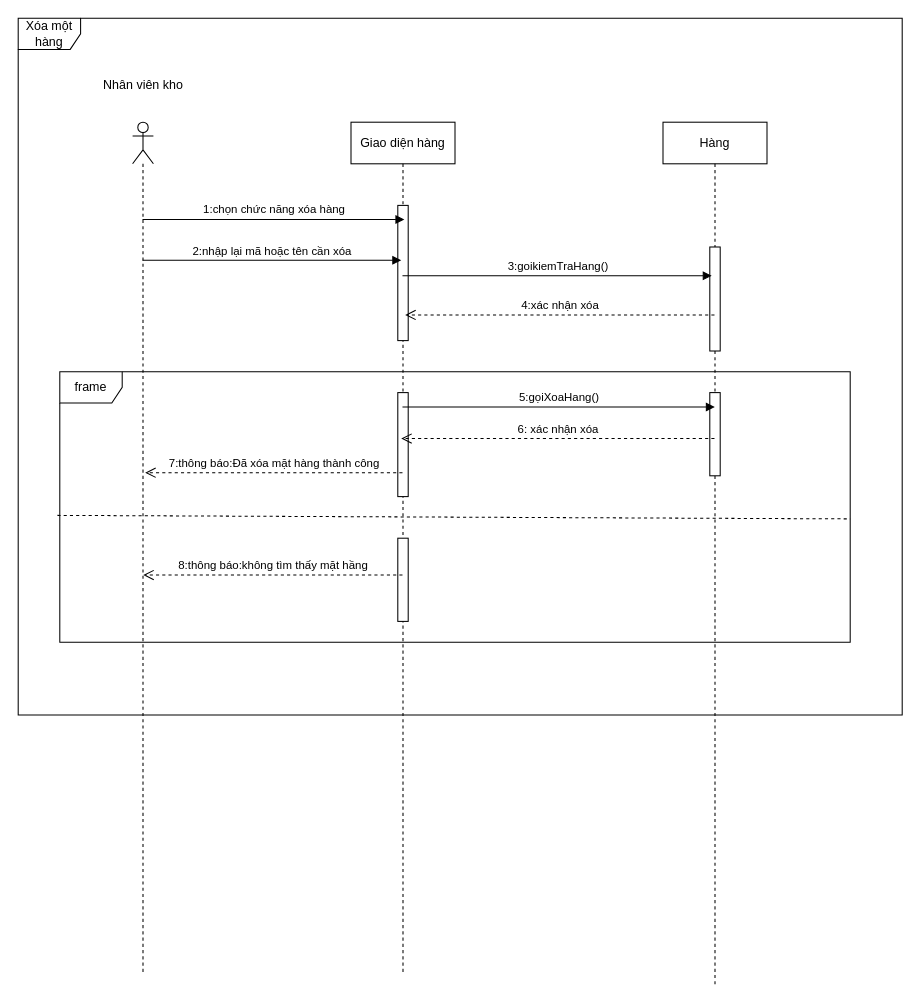
Before: Untitled Diagram.drawio in RomJoke/K, a draw.io diagram. Source tidied: cells renumbered, new cells numbered last; positions are measured from the earlier drawing's top-left corner, leaving out a move shared by most shapes. Both pictures are drawn from the tidied source at 104%, with x=0, y=0 at pixel (18, 18).
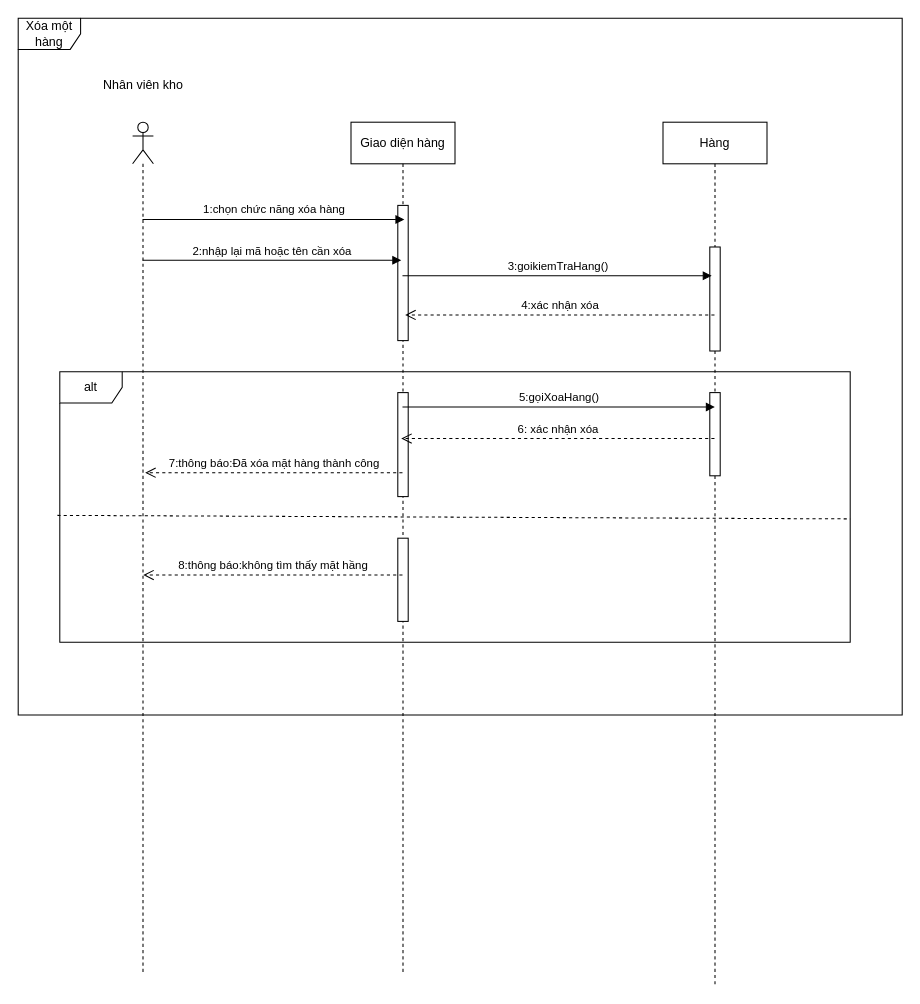
The same diagram, later.

Change to the diagram source:
```diff
@@
-    <mxCell id="13" value="frame" style="shape=umlFrame;whiteSpace=wrap;html=1;" parent="1" vertex="1">
+    <mxCell id="13" value="alt" style="shape=umlFrame;whiteSpace=wrap;html=1;" parent="1" vertex="1">
       <mxGeometry x="40" y="340" width="760" height="260" as="geometry" />
     </mxCell>
```
